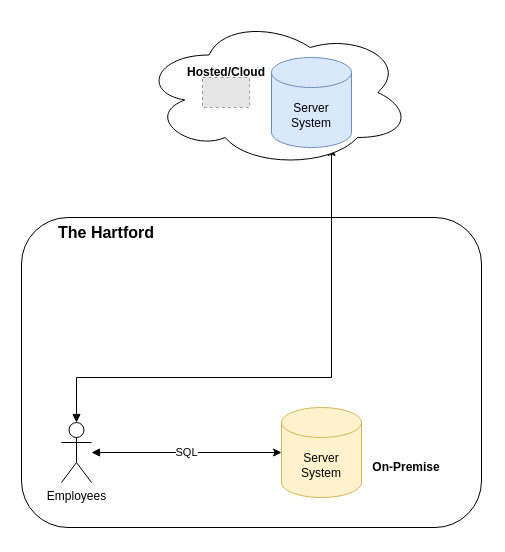
Earlier version of the draw.io diagram page "On-premise vs Hosted" (1 of 11) of Draw.io/Data Engineering 2025.drawio (xandermacha/TechCatalyst_DE_2025_pub). Source tidied: cells renumbered, new cells numbered last; positions are measured from the earlier drawing's top-left corner, leaving out a move shared by most shapes. Both pictures are drawn from the tidied source at 100%, with x=0, y=0 at pixel (21, 17). Pictures stored in the file or linked from it are replaced by grey dashed boxes.
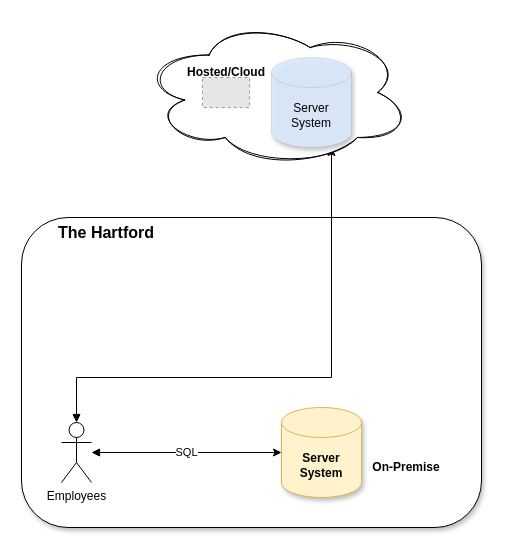
The same diagram, later.

Change to the diagram source:
```diff
@@
 <mxGraphModel>
   <root>
     <mxCell id="0" />
     <mxCell id="1" parent="0" />
-    <mxCell id="2" style="rounded=1;whiteSpace=wrap;html=1;" parent="1" vertex="1">
+    <mxCell id="2" style="rounded=1;whiteSpace=wrap;html=1;shadow=1;" parent="1" vertex="1">
       <mxGeometry y="200" width="460" height="310" as="geometry" />
     </mxCell>
     <mxCell id="3" value="The Hartford" style="text;html=1;strokeColor=none;fillColor=none;align=center;verticalAlign=middle;whiteSpace=wrap;rounded=0;fontStyle=1;fontSize=16;" parent="1" vertex="1">
       <mxGeometry x="20" y="200" width="130" height="30" as="geometry" />
     </mxCell>
     <mxCell id="4" value="SQL" style="edgeStyle=orthogonalEdgeStyle;rounded=0;jettySize=auto;html=1;startArrow=block;startFill=1;" parent="1" edge="1" source="6" target="7">
       <mxGeometry relative="1" as="geometry" />
     </mxCell>
     <mxCell id="5" style="edgeStyle=orthogonalEdgeStyle;rounded=0;jettySize=auto;html=1;startArrow=block;startFill=1;" parent="1" edge="1" source="6" target="9">
       <mxGeometry relative="1" as="geometry">
         <Array as="points">
           <mxPoint x="55" y="360" />
           <mxPoint x="310" y="360" />
         </Array>
       </mxGeometry>
     </mxCell>
     <mxCell id="6" value="Employees" style="shape=umlActor;verticalLabelPosition=bottom;verticalAlign=top;html=1;outlineConnect=0;" parent="1" vertex="1">
       <mxGeometry x="40" y="405" width="30" height="60" as="geometry" />
     </mxCell>
-    <mxCell id="7" value="Server&lt;br&gt;System" style="shape=cylinder3;whiteSpace=wrap;html=1;boundedLbl=1;backgroundOutline=1;size=15;fillColor=#fff2cc;strokeColor=#d6b656;" parent="1" vertex="1">
+    <mxCell id="7" value="Server&lt;br&gt;System" style="shape=cylinder3;whiteSpace=wrap;html=1;boundedLbl=1;backgroundOutline=1;size=15;fillColor=#fff2cc;strokeColor=#d6b656;fontStyle=1;shadow=1;" parent="1" vertex="1">
       <mxGeometry x="260" y="390" width="80" height="90" as="geometry" />
     </mxCell>
-    <mxCell id="8" style="ellipse;shape=cloud;whiteSpace=wrap;html=1;" parent="1" vertex="1">
+    <mxCell id="8" style="ellipse;shape=cloud;whiteSpace=wrap;html=1;sketch=1;curveFitting=1;jiggle=2;" parent="1" vertex="1">
       <mxGeometry x="120" width="270" height="150" as="geometry" />
     </mxCell>
-    <mxCell id="9" value="Server&lt;br&gt;System" style="shape=cylinder3;whiteSpace=wrap;html=1;boundedLbl=1;backgroundOutline=1;size=15;fillColor=#dae8fc;strokeColor=#6c8ebf;" parent="1" vertex="1">
+    <mxCell id="9" value="Server&lt;br&gt;System" style="shape=cylinder3;whiteSpace=wrap;html=1;boundedLbl=1;backgroundOutline=1;size=15;fillColor=#dae8fc;strokeColor=default;shadow=1;strokeWidth=0;opacity=90;" parent="1" vertex="1">
       <mxGeometry x="250" y="40" width="80" height="90" as="geometry" />
     </mxCell>
     <mxCell id="10" style="fillColor=#E6E6E6;strokeColor=#999999;dashed=1;verticalLabelPosition=bottom;labelBackgroundColor=default;verticalAlign=top;" parent="1" vertex="1">
       <mxGeometry x="181" y="60" width="47.1" height="30.1" as="geometry" />
     </mxCell>
     <mxCell id="11" value="On-Premise" style="text;html=1;strokeColor=none;fillColor=none;align=center;verticalAlign=middle;whiteSpace=wrap;rounded=0;fontStyle=1;" parent="1" vertex="1">
       <mxGeometry x="340" y="435" width="90" height="30" as="geometry" />
     </mxCell>
     <mxCell id="12" value="Hosted/Cloud" style="text;html=1;strokeColor=none;fillColor=none;align=center;verticalAlign=middle;whiteSpace=wrap;rounded=0;fontStyle=1;" parent="1" vertex="1">
       <mxGeometry x="160" y="40" width="90" height="30" as="geometry" />
     </mxCell>
   </root>
 </mxGraphModel>
```
